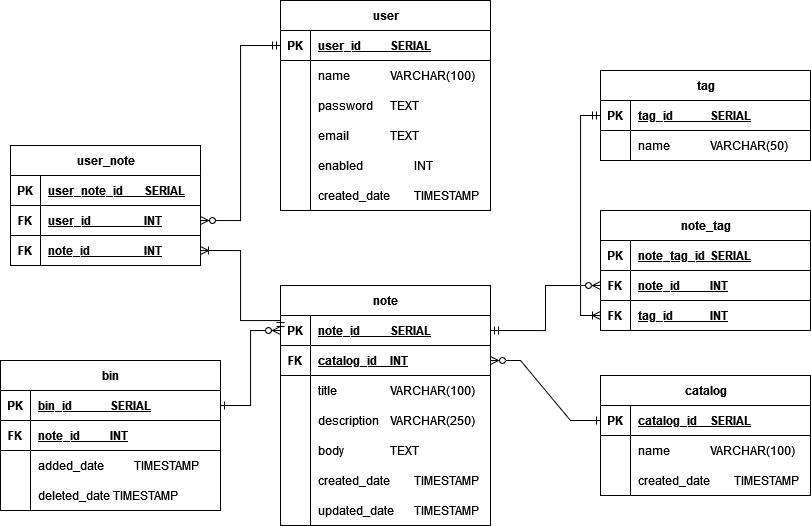
Tomasz-Zdeb/Software-Engineering-Class-Project keeps this draw.io diagram as DB/ERD-diagram.drawio.png. Above is the earlier version. Source tidied: cells renumbered, new cells last; positions are measured from the earlier drawing's top-left corner, leaving out a move shared by most shapes.
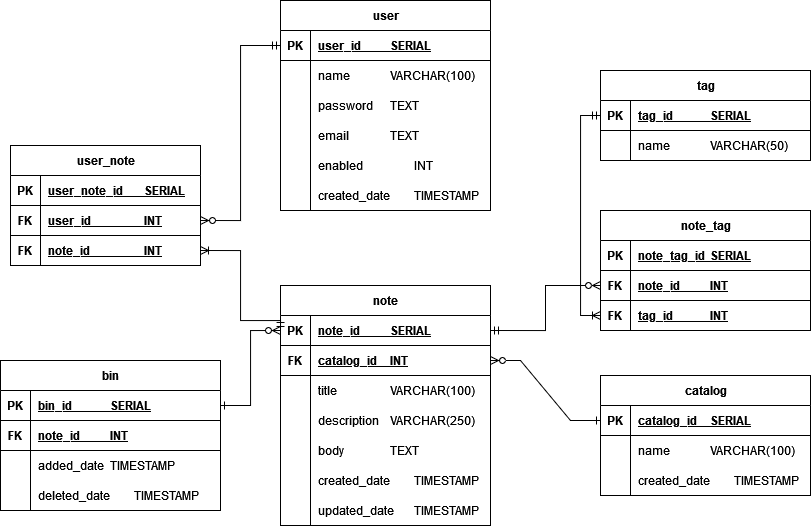
The same diagram one commit later.

Commit message:
ready to deploy

The edit, as a diff of the source:
```diff
@@ -251,7 +251,7 @@
     <mxCell id="82" style="shape=partialRectangle;fillColor=none;top=0;left=0;bottom=0;right=0;overflow=hidden;whiteSpace=wrap;html=1;" parent="81" vertex="1">
       <mxGeometry width="30" height="30" as="geometry" />
     </mxCell>
-    <mxCell id="83" value="&lt;div align=&quot;justify&quot;&gt;added_date&lt;span style=&quot;white-space: pre;&quot;&gt;&#9;&lt;/span&gt;&lt;span style=&quot;white-space: pre;&quot;&gt;&#9;&lt;/span&gt;TIMESTAMP&lt;/div&gt;" style="shape=partialRectangle;fillColor=none;top=0;left=0;bottom=0;right=0;align=left;spacingLeft=6;overflow=hidden;whiteSpace=wrap;html=1;" parent="81" vertex="1">
+    <mxCell id="83" value="&lt;div align=&quot;justify&quot;&gt;added_date&lt;span style=&quot;white-space: pre;&quot;&gt;&#9;&lt;/span&gt;TIMESTAMP&lt;/div&gt;" style="shape=partialRectangle;fillColor=none;top=0;left=0;bottom=0;right=0;align=left;spacingLeft=6;overflow=hidden;whiteSpace=wrap;html=1;" parent="81" vertex="1">
       <mxGeometry x="30" width="190" height="30" as="geometry" />
     </mxCell>
     <mxCell id="84" style="shape=tableRow;horizontal=0;startSize=0;swimlaneHead=0;swimlaneBody=0;fillColor=none;top=0;left=0;right=0;bottom=0;" parent="74" vertex="1">
@@ -260,7 +260,7 @@
     <mxCell id="85" style="shape=partialRectangle;fillColor=none;top=0;left=0;bottom=0;right=0;overflow=hidden;whiteSpace=wrap;html=1;" parent="84" vertex="1">
       <mxGeometry width="30" height="30" as="geometry" />
     </mxCell>
-    <mxCell id="86" value="&lt;div align=&quot;justify&quot;&gt;deleted_date TIMESTAMP&lt;/div&gt;" style="shape=partialRectangle;fillColor=none;top=0;left=0;bottom=0;right=0;align=left;spacingLeft=6;overflow=hidden;whiteSpace=wrap;html=1;" parent="84" vertex="1">
+    <mxCell id="86" value="&lt;div align=&quot;justify&quot;&gt;deleted_date &lt;span style=&quot;white-space: pre;&quot;&gt;&#9;&lt;/span&gt;TIMESTAMP&lt;/div&gt;" style="shape=partialRectangle;fillColor=none;top=0;left=0;bottom=0;right=0;align=left;spacingLeft=6;overflow=hidden;whiteSpace=wrap;html=1;" parent="84" vertex="1">
       <mxGeometry x="30" width="190" height="30" as="geometry" />
     </mxCell>
     <mxCell id="87" value="catalog" style="shape=table;startSize=30;rowLines=0;fontStyle=1;align=center;html=1;" parent="1" vertex="1">
```
